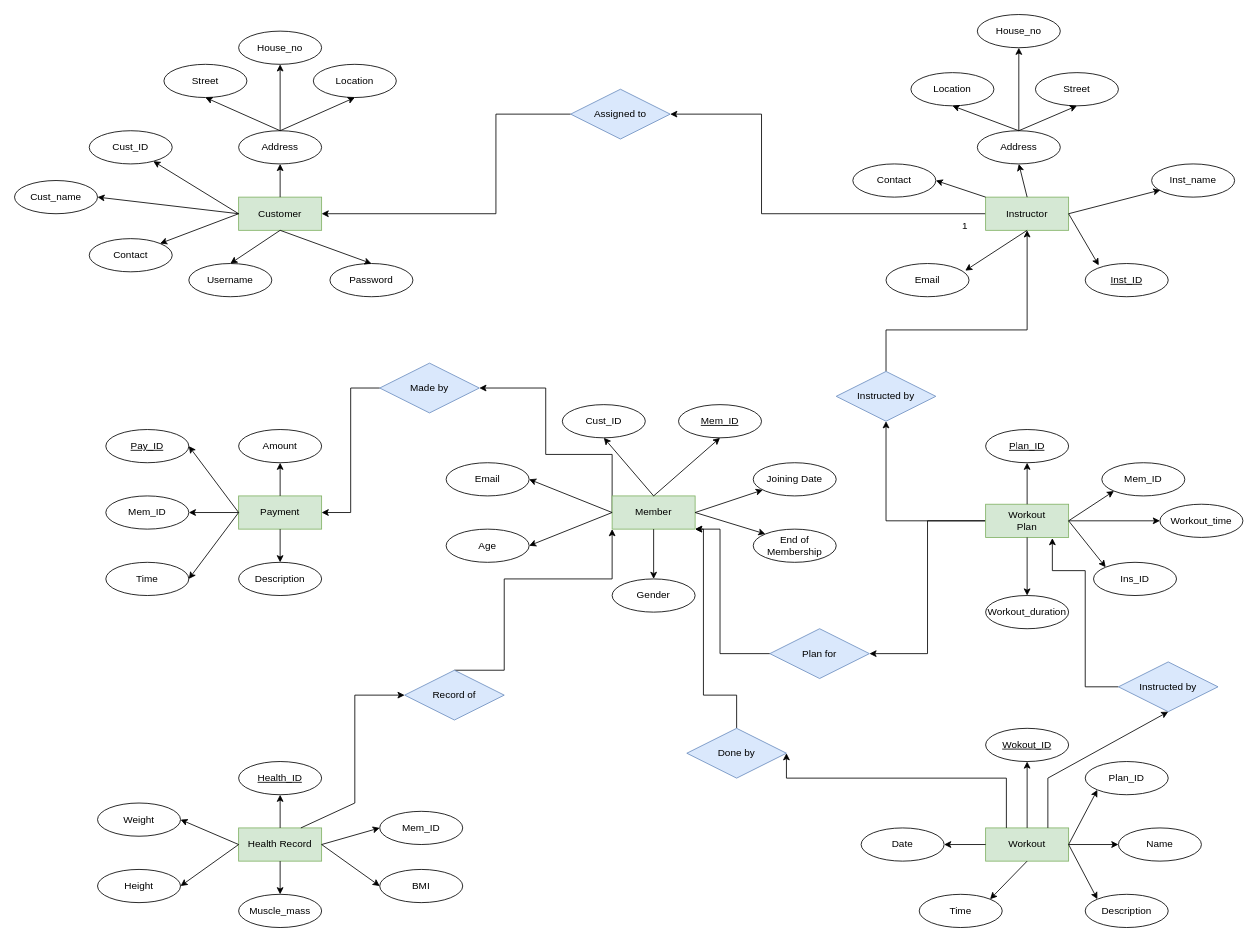
Earlier version of the draw.io diagram dbms project er.drawio (kunalarora0930/AirCanvas). Source tidied: cells renumbered, new cells numbered last; positions are measured from the earlier drawing's top-left corner, leaving out a move shared by most shapes. Both pictures are drawn from the tidied source at 83%, with x=0, y=0 at pixel (14, 14).
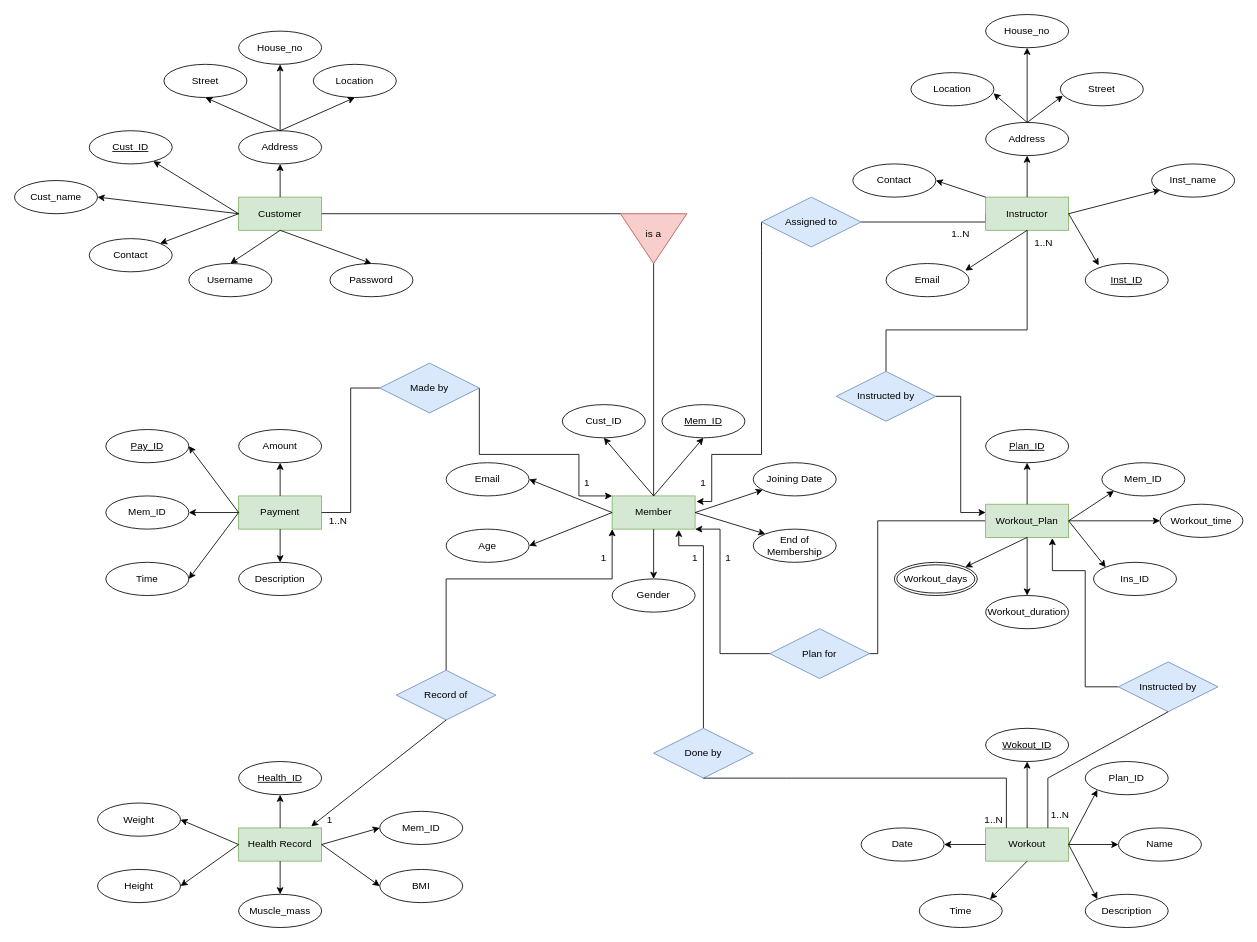
The same diagram, later.

The change refers to these unchanged cells:
```xml
<mxCell id="3" value="Member" style="whiteSpace=wrap;html=1;align=center;fillColor=#d5e8d4;strokeColor=#82b366;" parent="1" vertex="1">
  <mxGeometry x="720" y="580" width="100" height="40" as="geometry" />
</mxCell>
<mxCell id="4" value="Customer" style="whiteSpace=wrap;html=1;align=center;fillColor=#d5e8d4;strokeColor=#82b366;" parent="1" vertex="1">
  <mxGeometry x="270" y="220" width="100" height="40" as="geometry" />
</mxCell>
<mxCell id="6" value="Instructor" style="whiteSpace=wrap;html=1;align=center;fillColor=#d5e8d4;strokeColor=#82b366;" parent="1" vertex="1">
  <mxGeometry x="1170" y="220" width="100" height="40" as="geometry" />
</mxCell>
<mxCell id="10" value="Workout" style="whiteSpace=wrap;html=1;align=center;fillColor=#d5e8d4;strokeColor=#82b366;" parent="1" vertex="1">
  <mxGeometry x="1170" y="980" width="100" height="40" as="geometry" />
</mxCell>
<mxCell id="11" value="Payment" style="whiteSpace=wrap;html=1;align=center;fillColor=#d5e8d4;strokeColor=#82b366;" parent="1" vertex="1">
  <mxGeometry x="270" y="580" width="100" height="40" as="geometry" />
</mxCell>
<mxCell id="12" value="Health Record" style="whiteSpace=wrap;html=1;align=center;fillColor=#d5e8d4;strokeColor=#82b366;" parent="1" vertex="1">
  <mxGeometry x="270" y="980" width="100" height="40" as="geometry" />
</mxCell>
<mxCell id="33" value="Location" style="ellipse;whiteSpace=wrap;html=1;align=center;" parent="1" vertex="1">
  <mxGeometry x="1080" y="70" width="100" height="40" as="geometry" />
</mxCell>
<mxCell id="58" value="Made by" style="shape=rhombus;perimeter=rhombusPerimeter;whiteSpace=wrap;html=1;align=center;fillColor=#dae8fc;strokeColor=#6c8ebf;" parent="1" vertex="1">
  <mxGeometry x="440" y="420" width="120" height="60" as="geometry" />
</mxCell>
<mxCell id="114" value="Plan for" style="shape=rhombus;perimeter=rhombusPerimeter;whiteSpace=wrap;html=1;align=center;fillColor=#dae8fc;strokeColor=#6c8ebf;" parent="1" vertex="1">
  <mxGeometry x="910" y="740" width="120" height="60" as="geometry" />
</mxCell>
<mxCell id="119" value="Instructed by" style="shape=rhombus;perimeter=rhombusPerimeter;whiteSpace=wrap;html=1;align=center;fillColor=#dae8fc;strokeColor=#6c8ebf;" parent="1" vertex="1">
  <mxGeometry x="1330" y="780" width="120" height="60" as="geometry" />
</mxCell>
<mxCell id="122" value="Instructed by" style="shape=rhombus;perimeter=rhombusPerimeter;whiteSpace=wrap;html=1;align=center;fillColor=#dae8fc;strokeColor=#6c8ebf;" parent="1" vertex="1">
  <mxGeometry x="990" y="430" width="120" height="60" as="geometry" />
</mxCell>
```

The edit, as a diff of the source:
```diff
@@
-    <mxCell id="2" style="edgeStyle=orthogonalEdgeStyle;rounded=0;jettySize=auto;html=1;exitX=0;exitY=0.5;exitDx=0;exitDy=0;entryX=1;entryY=0.5;entryDx=0;entryDy=0;" parent="1" edge="1" source="3" target="58">
-      <mxGeometry relative="1" as="geometry">
-        <Array as="points">
-          <mxPoint x="720" y="530" />
-          <mxPoint x="640" y="530" />
-          <mxPoint x="640" y="450" />
-        </Array>
-      </mxGeometry>
-    </mxCell>
@@
-    <mxCell id="5" style="edgeStyle=orthogonalEdgeStyle;rounded=0;jettySize=auto;html=1;exitX=0;exitY=0.5;exitDx=0;exitDy=0;entryX=1;entryY=0.5;entryDx=0;entryDy=0;" parent="1" edge="1" source="6" target="60">
+    <mxCell id="5" style="edgeStyle=orthogonalEdgeStyle;rounded=0;jettySize=auto;html=1;exitX=0;exitY=0.5;exitDx=0;exitDy=0;entryX=1;entryY=0.5;entryDx=0;entryDy=0;endArrow=none;endFill=0;" parent="1" edge="1" source="6" target="60">
       <mxGeometry relative="1" as="geometry">
         <Array as="points">
-          <mxPoint x="900" y="240" />
-          <mxPoint x="900" y="120" />
+          <mxPoint x="1170" y="250" />
         </Array>
       </mxGeometry>
     </mxCell>
@@
-    <mxCell id="7" style="edgeStyle=orthogonalEdgeStyle;rounded=0;jettySize=auto;html=1;exitX=0;exitY=0.5;exitDx=0;exitDy=0;entryX=1;entryY=0.5;entryDx=0;entryDy=0;" parent="1" edge="1" source="9" target="114">
-      <mxGeometry relative="1" as="geometry" />
+    <mxCell id="7" style="edgeStyle=orthogonalEdgeStyle;rounded=0;jettySize=auto;html=1;exitX=0;exitY=0.5;exitDx=0;exitDy=0;entryX=1;entryY=0.5;entryDx=0;entryDy=0;endArrow=none;endFill=0;" parent="1" edge="1" source="9" target="114">
+      <mxGeometry relative="1" as="geometry">
+        <Array as="points">
+          <mxPoint x="1040" y="610" />
+          <mxPoint x="1040" y="770" />
+        </Array>
+      </mxGeometry>
     </mxCell>
-    <mxCell id="8" style="edgeStyle=orthogonalEdgeStyle;rounded=0;jettySize=auto;html=1;entryX=0.5;entryY=1;entryDx=0;entryDy=0;" parent="1" edge="1" source="9" target="122">
-      <mxGeometry relative="1" as="geometry" />
-    </mxCell>
-    <mxCell id="9" value="Workout&lt;br&gt;Plan" style="whiteSpace=wrap;html=1;align=center;fillColor=#d5e8d4;strokeColor=#82b366;" parent="1" vertex="1">
+    <mxCell id="9" value="Workout_Plan" style="whiteSpace=wrap;html=1;align=center;fillColor=#d5e8d4;strokeColor=#82b366;" parent="1" vertex="1">
       <mxGeometry x="1170" y="590" width="100" height="40" as="geometry" />
     </mxCell>
@@
-    <mxCell id="13" value="Cust_ID" style="ellipse;whiteSpace=wrap;html=1;align=center;" parent="1" vertex="1">
-      <mxGeometry x="90" y="140" width="100" height="40" as="geometry" />
-    </mxCell>
@@
     <mxCell id="31" value="Address" style="ellipse;whiteSpace=wrap;html=1;align=center;" parent="1" vertex="1">
-      <mxGeometry x="1160" y="140" width="100" height="40" as="geometry" />
+      <mxGeometry x="1170" y="130" width="100" height="40" as="geometry" />
     </mxCell>
     <mxCell id="32" value="House_no" style="ellipse;whiteSpace=wrap;html=1;align=center;" parent="1" vertex="1">
-      <mxGeometry x="1160" width="100" height="40" as="geometry" />
+      <mxGeometry x="1170" width="100" height="40" as="geometry" />
     </mxCell>
@@
     <mxCell id="34" value="Street" style="ellipse;whiteSpace=wrap;html=1;align=center;" parent="1" vertex="1">
-      <mxGeometry x="1230" y="70" width="100" height="40" as="geometry" />
+      <mxGeometry x="1260" y="70" width="100" height="40" as="geometry" />
     </mxCell>
@@
     <mxCell id="41" value="Mem_ID" style="ellipse;whiteSpace=wrap;html=1;align=center;fontStyle=4;" parent="1" vertex="1">
-      <mxGeometry x="800" y="470" width="100" height="40" as="geometry" />
+      <mxGeometry x="780" y="470" width="100" height="40" as="geometry" />
     </mxCell>
@@
-    <mxCell id="57" style="edgeStyle=orthogonalEdgeStyle;rounded=0;jettySize=auto;html=1;exitX=0;exitY=0.5;exitDx=0;exitDy=0;entryX=1;entryY=0.5;entryDx=0;entryDy=0;" parent="1" edge="1" source="58" target="11">
+    <mxCell id="57" style="edgeStyle=orthogonalEdgeStyle;rounded=0;jettySize=auto;html=1;exitX=0;exitY=0.5;exitDx=0;exitDy=0;entryX=1;entryY=0.5;entryDx=0;entryDy=0;endArrow=none;endFill=0;" parent="1" edge="1" source="58" target="11">
       <mxGeometry relative="1" as="geometry" />
     </mxCell>
+    <mxCell id="123" style="edgeStyle=orthogonalEdgeStyle;rounded=0;jettySize=auto;html=1;exitX=1;exitY=0.5;exitDx=0;exitDy=0;entryX=0;entryY=0;entryDx=0;entryDy=0;" parent="1" edge="1" source="58" target="3">
+      <mxGeometry relative="1" as="geometry">
+        <Array as="points">
+          <mxPoint x="560" y="530" />
+          <mxPoint x="680" y="530" />
+          <mxPoint x="680" y="580" />
+        </Array>
+      </mxGeometry>
+    </mxCell>
@@
-    <mxCell id="59" style="edgeStyle=orthogonalEdgeStyle;rounded=0;jettySize=auto;html=1;exitX=0;exitY=0.5;exitDx=0;exitDy=0;entryX=1;entryY=0.5;entryDx=0;entryDy=0;" parent="1" edge="1" source="60" target="4">
+    <mxCell id="59" style="edgeStyle=orthogonalEdgeStyle;rounded=0;jettySize=auto;html=1;exitX=0;exitY=0.5;exitDx=0;exitDy=0;entryX=1.016;entryY=0.168;entryDx=0;entryDy=0;entryPerimeter=0;" parent="1" edge="1" source="60" target="3">
       <mxGeometry relative="1" as="geometry">
         <Array as="points">
-          <mxPoint x="580" y="120" />
-          <mxPoint x="580" y="240" />
+          <mxPoint x="900" y="290" />
+          <mxPoint x="900" y="530" />
+          <mxPoint x="840" y="530" />
+          <mxPoint x="840" y="587" />
         </Array>
       </mxGeometry>
     </mxCell>
     <mxCell id="60" value="Assigned to" style="shape=rhombus;perimeter=rhombusPerimeter;whiteSpace=wrap;html=1;align=center;fillColor=#dae8fc;strokeColor=#6c8ebf;" parent="1" vertex="1">
-      <mxGeometry x="670" y="90" width="120" height="60" as="geometry" />
+      <mxGeometry x="900" y="220" width="120" height="60" as="geometry" />
     </mxCell>
@@
-    <mxCell id="67" style="endArrow=classic;html=1;rounded=0;exitX=0;exitY=0.5;exitDx=0;exitDy=0;" parent="1" edge="1" source="4" target="13">
-      <mxGeometry relative="1" as="geometry" />
+    <mxCell id="67" style="endArrow=classic;html=1;rounded=0;exitX=0;exitY=0.5;exitDx=0;exitDy=0;" parent="1" edge="1" source="4">
+      <mxGeometry relative="1" as="geometry">
+        <mxPoint x="167.2" y="176.8" as="targetPoint" />
+      </mxGeometry>
     </mxCell>
@@
-    <mxCell id="83" style="endArrow=classic;html=1;rounded=0;exitX=0.5;exitY=0;exitDx=0;exitDy=0;entryX=0.5;entryY=1;entryDx=0;entryDy=0;" parent="1" edge="1" source="31" target="33">
+    <mxCell id="83" style="endArrow=classic;html=1;rounded=0;exitX=0.5;exitY=0;exitDx=0;exitDy=0;entryX=0.995;entryY=0.623;entryDx=0;entryDy=0;entryPerimeter=0;" parent="1" edge="1" source="31" target="33">
       <mxGeometry relative="1" as="geometry" />
     </mxCell>
-    <mxCell id="84" style="endArrow=classic;html=1;rounded=0;entryX=0.5;entryY=1;entryDx=0;entryDy=0;" parent="1" edge="1" target="34">
-      <mxGeometry relative="1" as="geometry">
-        <mxPoint x="1210" y="140" as="sourcePoint" />
-      </mxGeometry>
+    <mxCell id="84" style="endArrow=classic;html=1;rounded=0;entryX=0.031;entryY=0.693;entryDx=0;entryDy=0;exitX=0.5;exitY=0;exitDx=0;exitDy=0;entryPerimeter=0;" parent="1" edge="1" source="31" target="34">
+      <mxGeometry relative="1" as="geometry" />
     </mxCell>
@@
-    <mxCell id="90" value="1" style="text;html=1;align=center;verticalAlign=middle;strokeColor=none;fillColor=none;" parent="1" vertex="1">
-      <mxGeometry x="1130" y="240" width="30" height="30" as="geometry" />
-    </mxCell>
@@
-    <mxCell id="110" style="edgeStyle=orthogonalEdgeStyle;rounded=0;jettySize=auto;html=1;exitX=0.5;exitY=0;exitDx=0;exitDy=0;entryX=0;entryY=1;entryDx=0;entryDy=0;" parent="1" edge="1" source="111" target="3">
+    <mxCell id="110" style="edgeStyle=orthogonalEdgeStyle;rounded=0;jettySize=auto;html=1;exitX=0.5;exitY=0;exitDx=0;exitDy=0;entryX=0;entryY=1;entryDx=0;entryDy=0;endArrow=classic;endFill=1;" parent="1" edge="1" source="111" target="3">
       <mxGeometry relative="1" as="geometry">
         <Array as="points">
-          <mxPoint x="590" y="790" />
-          <mxPoint x="590" y="680" />
+          <mxPoint x="520" y="680" />
           <mxPoint x="720" y="680" />
         </Array>
       </mxGeometry>
     </mxCell>
     <mxCell id="111" value="Record of" style="shape=rhombus;perimeter=rhombusPerimeter;whiteSpace=wrap;html=1;align=center;fillColor=#dae8fc;strokeColor=#6c8ebf;" parent="1" vertex="1">
-      <mxGeometry x="470" y="790" width="120" height="60" as="geometry" />
+      <mxGeometry x="460" y="790" width="120" height="60" as="geometry" />
     </mxCell>
-    <mxCell id="112" style="endArrow=classic;html=1;rounded=0;exitX=0.75;exitY=0;exitDx=0;exitDy=0;entryX=0;entryY=0.5;entryDx=0;entryDy=0;" parent="1" edge="1" source="12" target="111">
-      <mxGeometry relative="1" as="geometry">
-        <Array as="points">
-          <mxPoint x="410" y="950" />
-          <mxPoint x="410" y="820" />
-        </Array>
-      </mxGeometry>
+    <mxCell id="112" style="endArrow=classic;html=1;rounded=0;entryX=0.874;entryY=-0.046;entryDx=0;entryDy=0;endFill=1;entryPerimeter=0;exitX=0.5;exitY=1;exitDx=0;exitDy=0;" parent="1" edge="1" source="111" target="12">
+      <mxGeometry relative="1" as="geometry" />
     </mxCell>
@@
-    <mxCell id="115" style="edgeStyle=orthogonalEdgeStyle;rounded=0;jettySize=auto;html=1;" parent="1" edge="1" source="116">
+    <mxCell id="115" style="edgeStyle=orthogonalEdgeStyle;rounded=0;jettySize=auto;html=1;entryX=0.803;entryY=1.021;entryDx=0;entryDy=0;entryPerimeter=0;exitX=0.5;exitY=0;exitDx=0;exitDy=0;" parent="1" edge="1" source="116" target="3">
       <mxGeometry relative="1" as="geometry">
-        <mxPoint x="820" y="620" as="targetPoint" />
         <Array as="points">
-          <mxPoint x="870" y="820" />
-          <mxPoint x="830" y="820" />
-          <mxPoint x="830" y="620" />
+          <mxPoint x="830" y="860" />
+          <mxPoint x="830" y="640" />
+          <mxPoint x="800" y="640" />
         </Array>
       </mxGeometry>
     </mxCell>
     <mxCell id="116" value="Done by" style="shape=rhombus;perimeter=rhombusPerimeter;whiteSpace=wrap;html=1;align=center;fillColor=#dae8fc;strokeColor=#6c8ebf;" parent="1" vertex="1">
-      <mxGeometry x="810" y="860" width="120" height="60" as="geometry" />
+      <mxGeometry x="770" y="860" width="120" height="60" as="geometry" />
     </mxCell>
-    <mxCell id="117" style="endArrow=classic;html=1;rounded=0;exitX=0.25;exitY=0;exitDx=0;exitDy=0;entryX=1;entryY=0.5;entryDx=0;entryDy=0;" parent="1" edge="1" source="10" target="116">
+    <mxCell id="117" style="endArrow=none;html=1;rounded=0;exitX=0.25;exitY=0;exitDx=0;exitDy=0;entryX=0.5;entryY=1;entryDx=0;entryDy=0;endFill=0;" parent="1" edge="1" source="10" target="116">
       <mxGeometry relative="1" as="geometry">
         <Array as="points">
           <mxPoint x="1195" y="920" />
           <mxPoint x="930" y="920" />
         </Array>
       </mxGeometry>
     </mxCell>
@@
-    <mxCell id="120" style="endArrow=classic;html=1;rounded=0;exitX=0.75;exitY=0;exitDx=0;exitDy=0;entryX=0.5;entryY=1;entryDx=0;entryDy=0;" parent="1" edge="1" source="10" target="119">
+    <mxCell id="120" style="endArrow=none;html=1;rounded=0;exitX=0.75;exitY=0;exitDx=0;exitDy=0;entryX=0.5;entryY=1;entryDx=0;entryDy=0;endFill=0;" parent="1" edge="1" source="10" target="119">
       <mxGeometry relative="1" as="geometry">
         <Array as="points">
           <mxPoint x="1245" y="920" />
         </Array>
       </mxGeometry>
     </mxCell>
-    <mxCell id="121" style="edgeStyle=orthogonalEdgeStyle;rounded=0;jettySize=auto;html=1;exitX=0.5;exitY=0;exitDx=0;exitDy=0;" parent="1" edge="1" source="122" target="6">
+    <mxCell id="121" style="edgeStyle=orthogonalEdgeStyle;rounded=0;jettySize=auto;html=1;exitX=0.5;exitY=0;exitDx=0;exitDy=0;endArrow=none;endFill=0;" parent="1" edge="1" source="122" target="6">
       <mxGeometry relative="1" as="geometry">
         <Array as="points">
           <mxPoint x="1050" y="380" />
           <mxPoint x="1220" y="380" />
         </Array>
       </mxGeometry>
     </mxCell>
+    <mxCell id="124" style="edgeStyle=orthogonalEdgeStyle;rounded=0;jettySize=auto;html=1;entryX=0;entryY=0.25;entryDx=0;entryDy=0;" parent="1" edge="1" source="122" target="9">
+      <mxGeometry relative="1" as="geometry" />
+    </mxCell>
@@
+    <mxCell id="125" style="triangle;whiteSpace=wrap;html=1;rotation=90;fillColor=#f8cecc;strokeColor=#b85450;" parent="1" vertex="1">
+      <mxGeometry x="740" y="230" width="60" height="80" as="geometry" />
+    </mxCell>
+    <mxCell id="126" value="is a" style="text;html=1;strokeColor=none;fillColor=none;align=center;verticalAlign=middle;whiteSpace=wrap;rounded=0;" parent="1" vertex="1">
+      <mxGeometry x="740" y="250" width="60" height="30" as="geometry" />
+    </mxCell>
+    <mxCell id="127" style="endArrow=none;html=1;rounded=0;entryX=1;entryY=0.5;entryDx=0;entryDy=0;endFill=0;" parent="1" edge="1" target="4">
+      <mxGeometry relative="1" as="geometry">
+        <mxPoint x="730" y="240" as="sourcePoint" />
+      </mxGeometry>
+    </mxCell>
+    <mxCell id="128" style="endArrow=none;html=1;rounded=0;exitX=0.5;exitY=0;exitDx=0;exitDy=0;entryX=1;entryY=0.5;entryDx=0;entryDy=0;endFill=0;" parent="1" edge="1" source="3" target="125">
+      <mxGeometry relative="1" as="geometry" />
+    </mxCell>
+    <mxCell id="129" style="endArrow=classic;html=1;rounded=0;exitX=0.5;exitY=1;exitDx=0;exitDy=0;entryX=1;entryY=0;entryDx=0;entryDy=0;" parent="1" edge="1" source="9">
+      <mxGeometry relative="1" as="geometry">
+        <mxPoint x="1145.4" y="665.9" as="targetPoint" />
+      </mxGeometry>
+    </mxCell>
+    <mxCell id="130" value="Workout_days" style="ellipse;shape=doubleEllipse;margin=3;whiteSpace=wrap;html=1;align=center;" parent="1" vertex="1">
+      <mxGeometry x="1060" y="660" width="100" height="40" as="geometry" />
+    </mxCell>
+    <mxCell id="13" value="Cust_ID" style="ellipse;whiteSpace=wrap;html=1;align=center;fontStyle=4;" parent="1" vertex="1">
+      <mxGeometry x="90" y="140" width="100" height="40" as="geometry" />
+    </mxCell>
+    <mxCell id="131" value="1..N" style="text;html=1;strokeColor=none;fillColor=none;align=center;verticalAlign=middle;whiteSpace=wrap;rounded=0;" parent="1" vertex="1">
+      <mxGeometry x="360" y="595" width="60" height="30" as="geometry" />
+    </mxCell>
+    <mxCell id="132" value="1" style="text;html=1;strokeColor=none;fillColor=none;align=center;verticalAlign=middle;whiteSpace=wrap;rounded=0;" parent="1" vertex="1">
+      <mxGeometry x="660" y="550" width="60" height="30" as="geometry" />
+    </mxCell>
+    <mxCell id="133" value="1" style="text;html=1;strokeColor=none;fillColor=none;align=center;verticalAlign=middle;whiteSpace=wrap;rounded=0;" parent="1" vertex="1">
+      <mxGeometry x="350" y="955" width="60" height="30" as="geometry" />
+    </mxCell>
+    <mxCell id="134" value="1" style="text;html=1;strokeColor=none;fillColor=none;align=center;verticalAlign=middle;whiteSpace=wrap;rounded=0;" parent="1" vertex="1">
+      <mxGeometry x="680" y="640" width="60" height="30" as="geometry" />
+    </mxCell>
+    <mxCell id="135" value="1" style="text;html=1;strokeColor=none;fillColor=none;align=center;verticalAlign=middle;whiteSpace=wrap;rounded=0;" parent="1" vertex="1">
+      <mxGeometry x="830" y="640" width="60" height="30" as="geometry" />
+    </mxCell>
+    <mxCell id="136" value="1" style="text;html=1;strokeColor=none;fillColor=none;align=center;verticalAlign=middle;whiteSpace=wrap;rounded=0;" parent="1" vertex="1">
+      <mxGeometry x="790" y="640" width="60" height="30" as="geometry" />
+    </mxCell>
+    <mxCell id="137" value="1..N" style="text;html=1;strokeColor=none;fillColor=none;align=center;verticalAlign=middle;whiteSpace=wrap;rounded=0;" parent="1" vertex="1">
+      <mxGeometry x="1150" y="955" width="60" height="30" as="geometry" />
+    </mxCell>
+    <mxCell id="138" value="1..N" style="text;html=1;strokeColor=none;fillColor=none;align=center;verticalAlign=middle;whiteSpace=wrap;rounded=0;" parent="1" vertex="1">
+      <mxGeometry x="1230" y="950" width="60" height="30" as="geometry" />
+    </mxCell>
+    <mxCell id="139" value="1..N" style="text;html=1;strokeColor=none;fillColor=none;align=center;verticalAlign=middle;whiteSpace=wrap;rounded=0;" parent="1" vertex="1">
+      <mxGeometry x="1210" y="260" width="60" height="30" as="geometry" />
+    </mxCell>
+    <mxCell id="140" value="1..N" style="text;html=1;strokeColor=none;fillColor=none;align=center;verticalAlign=middle;whiteSpace=wrap;rounded=0;" parent="1" vertex="1">
+      <mxGeometry x="1110" y="250" width="60" height="30" as="geometry" />
+    </mxCell>
+    <mxCell id="141" value="1" style="text;html=1;strokeColor=none;fillColor=none;align=center;verticalAlign=middle;whiteSpace=wrap;rounded=0;" parent="1" vertex="1">
+      <mxGeometry x="800" y="550" width="60" height="30" as="geometry" />
+    </mxCell>
```
